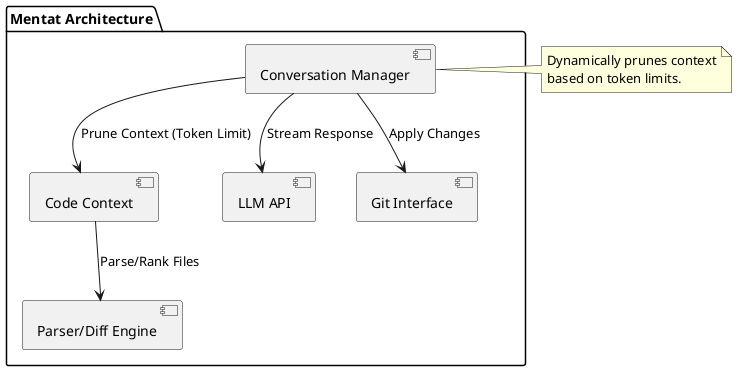
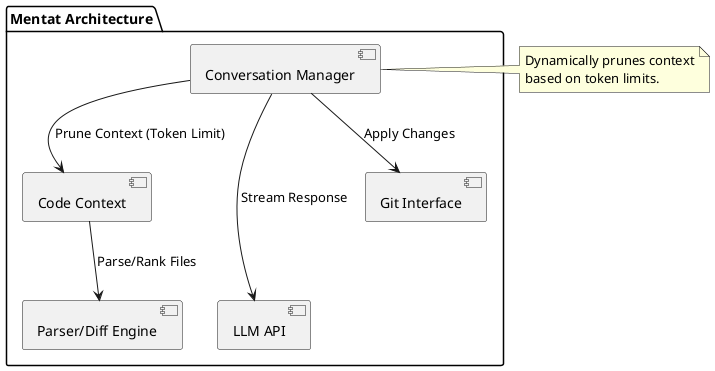
@startuml
' Product: Mentat
' URL: https://www.mentat.ai/

package "Mentat Architecture" {
    [Conversation Manager] as MGR
    [Code Context] as CTX
    [LLM API] as API
    [Git Interface] as GIT
    [Parser/Diff Engine] as DIFF
}

MGR --> CTX : "Prune Context (Token Limit)"
- MGR --> API : "Stream Response"
+ MGR ---> API : "Stream Response"
MGR --> GIT : "Apply Changes"
CTX --> DIFF : "Parse/Rank Files"

note right of MGR
  Dynamically prunes context
  based on token limits.
end note
@enduml
